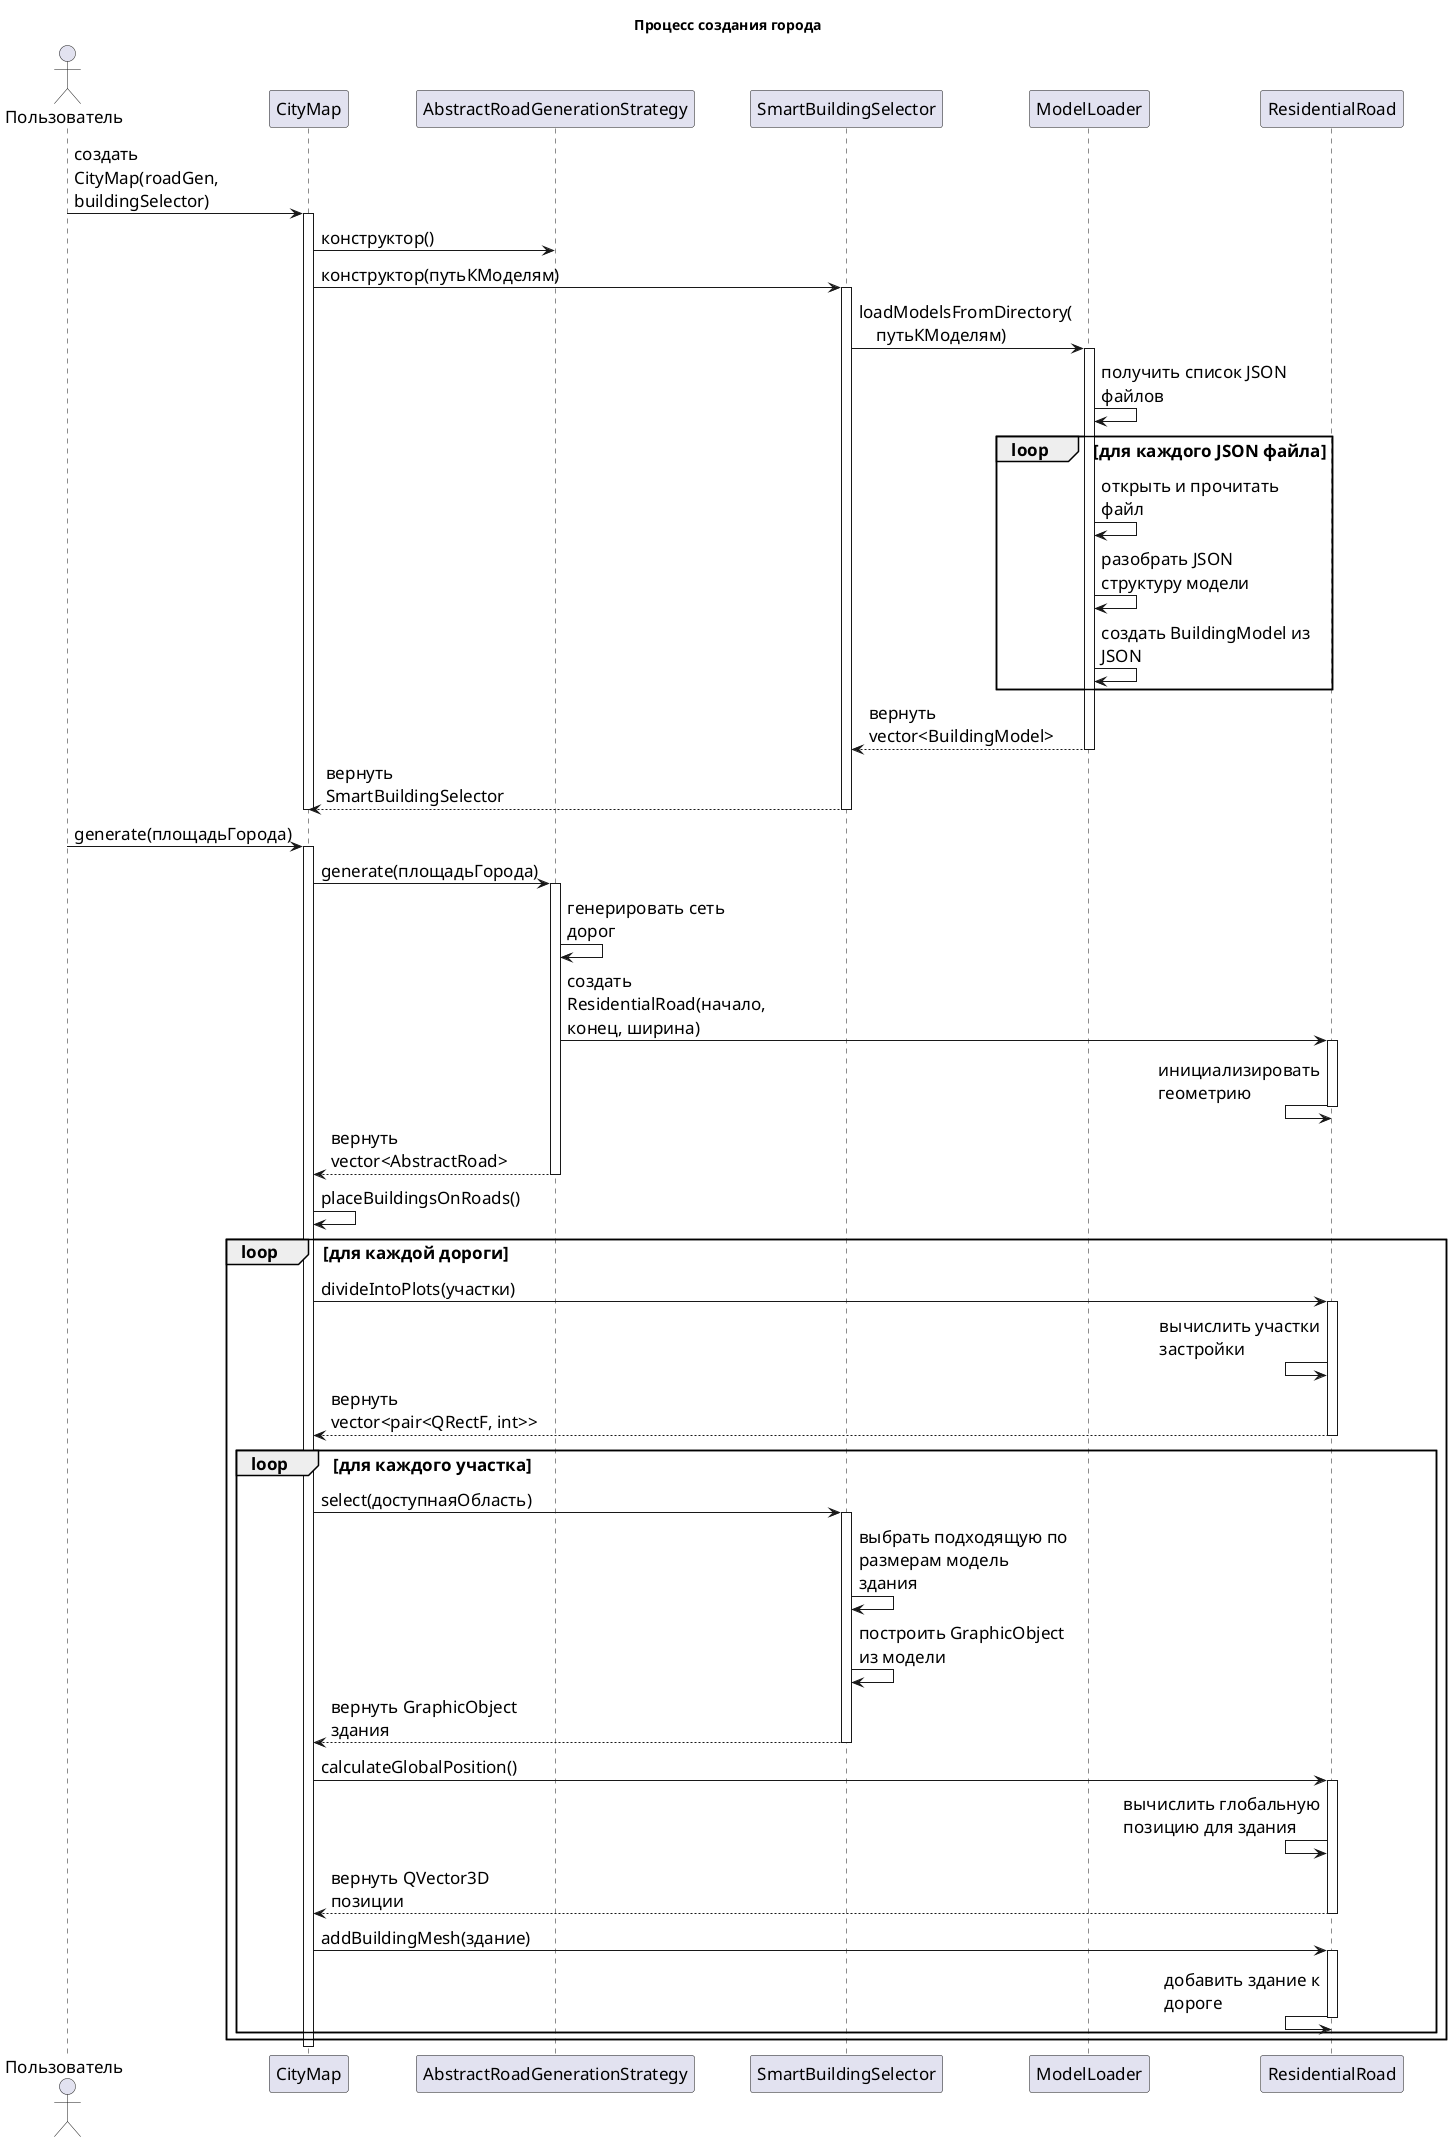
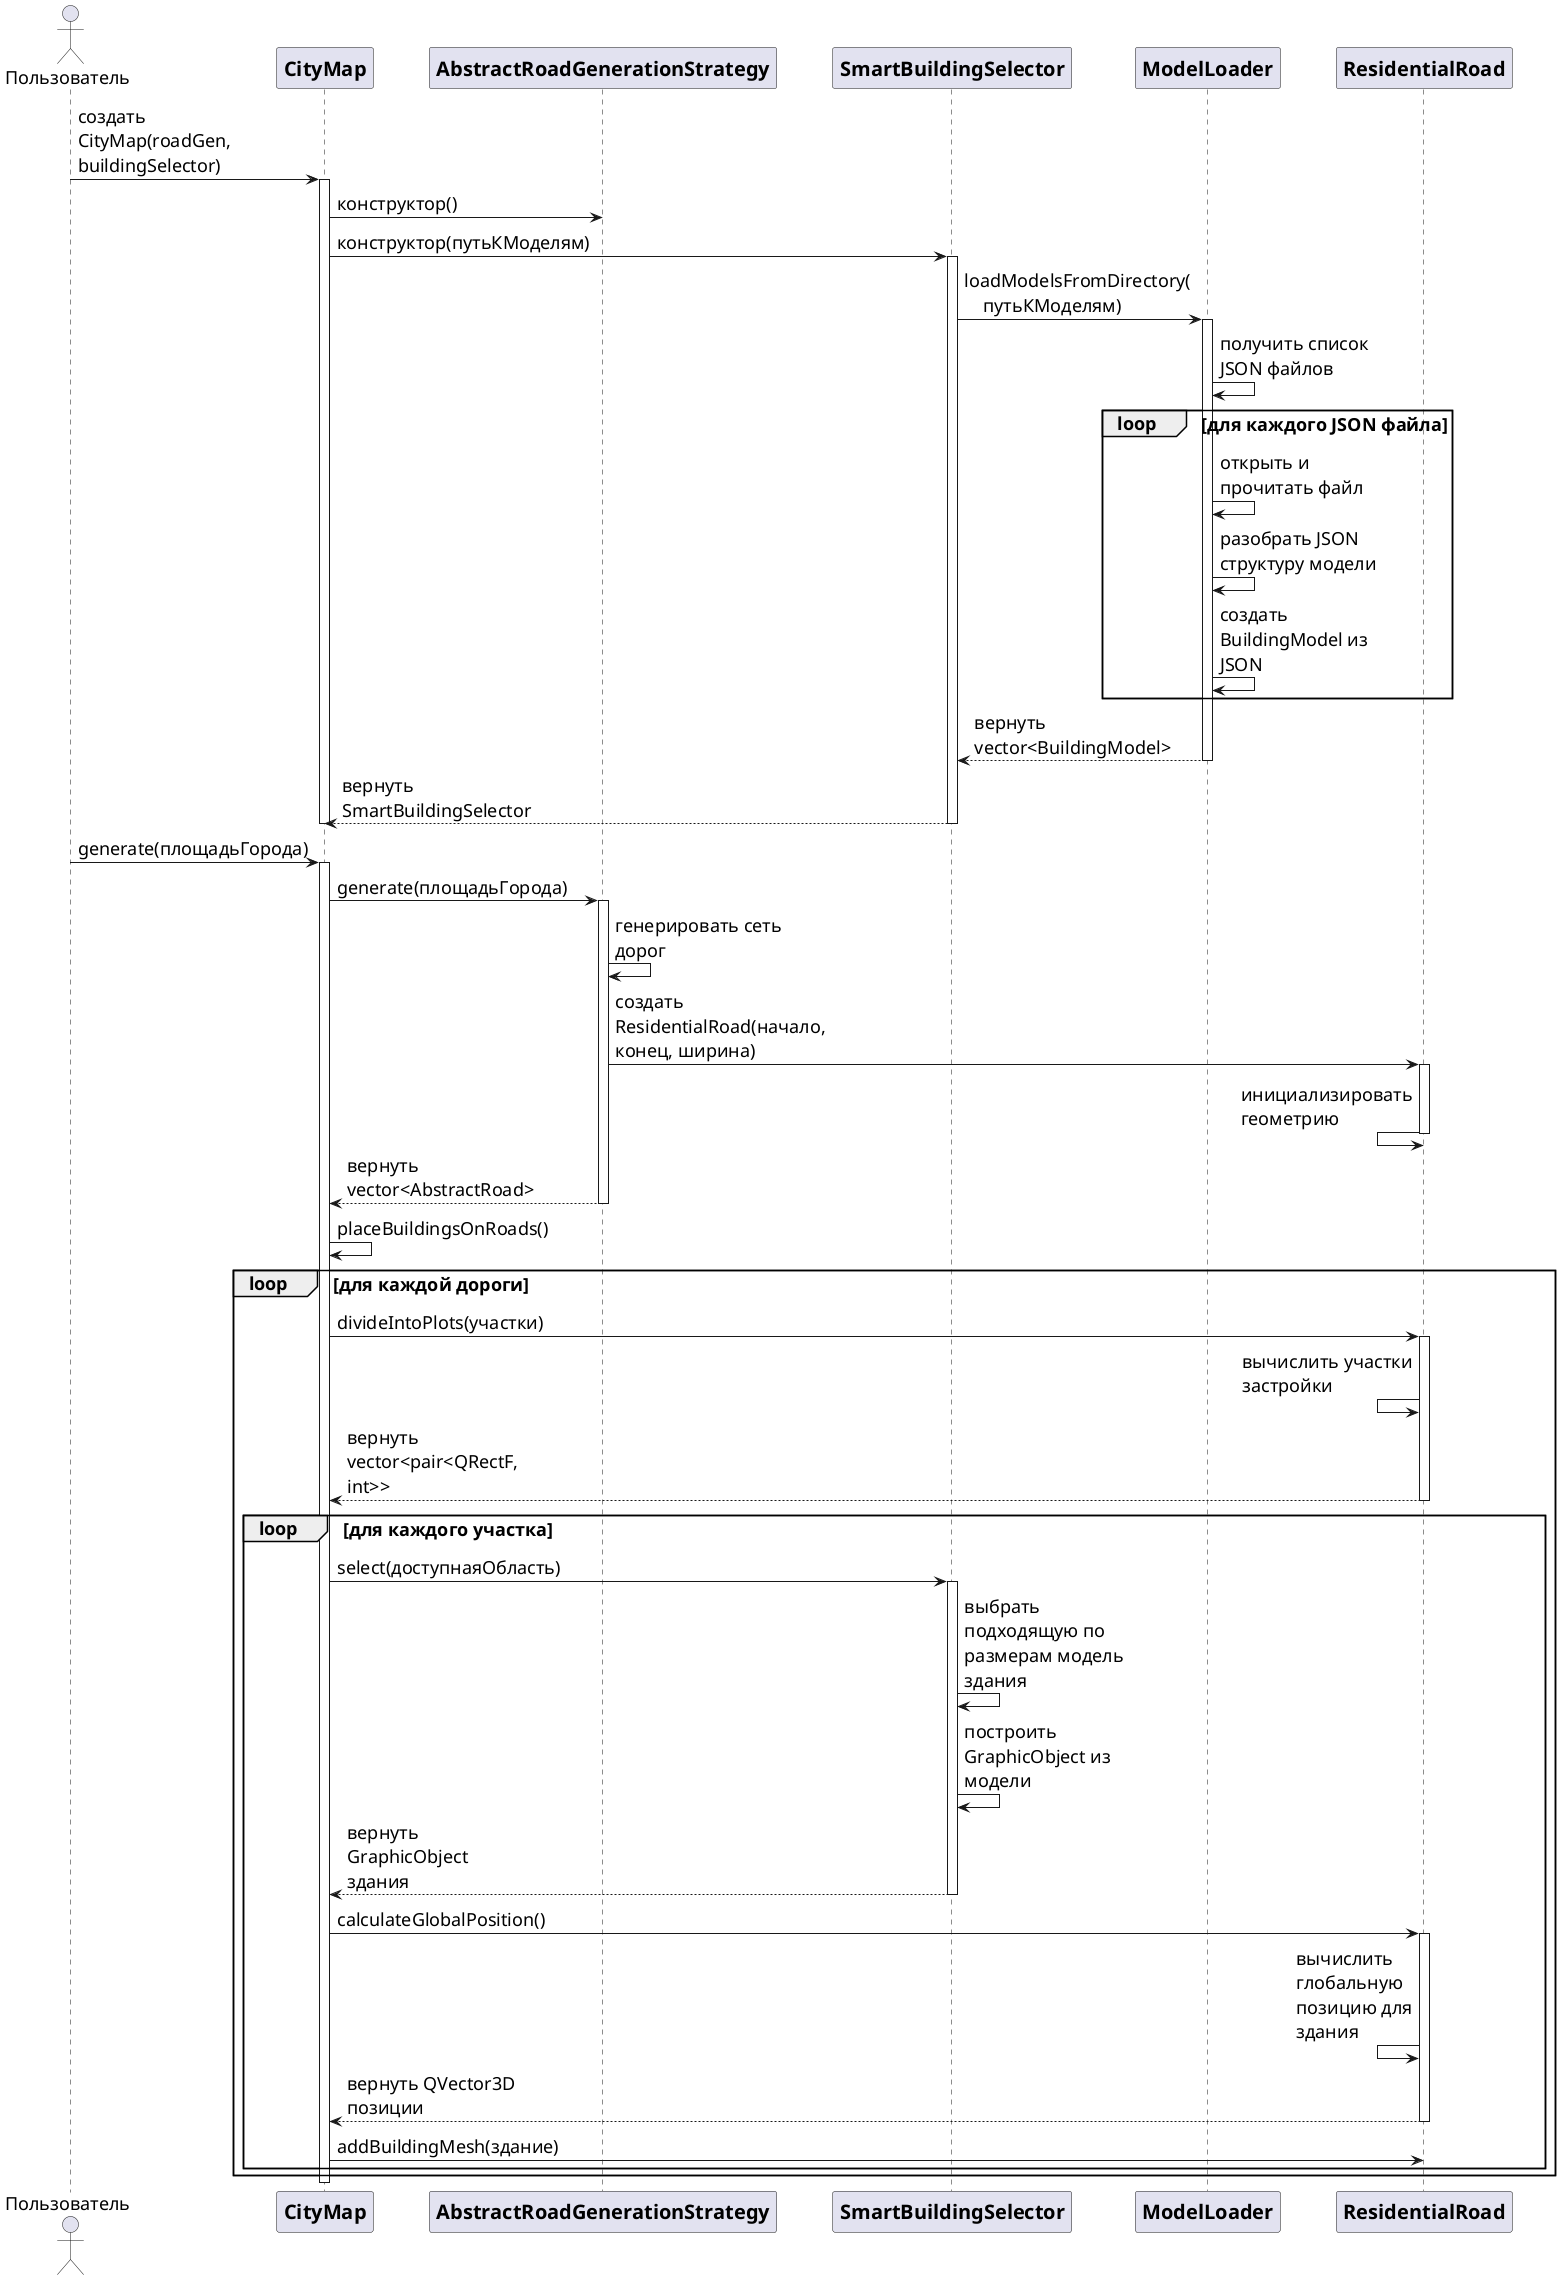
@startuml
- title Процесс создания города
skinparam ParticipantPadding 23
- skinparam maxMessageSize 210
- skinparam defaultFontSize 17
- 
+ skinparam maxMessageSize 180
+ skinparam defaultFontSize 18
+ skinparam participant {
+     FontName "Courier New"
+     FontSize 20
+     FontStyle bold
+ }
actor Пользователь
participant "CityMap" as CM
participant "AbstractRoadGenerationStrategy" as RG
participant "SmartBuildingSelector" as SBS
participant "ModelLoader" as ML
participant "ResidentialRoad" as RR

Пользователь -> CM: создать CityMap(roadGen, buildingSelector)
activate CM
CM -> RG: конструктор()
CM -> SBS: конструктор(путьКМоделям)
activate SBS
SBS -> ML: loadModelsFromDirectory(\n    путьКМоделям)
activate ML
ML -> ML: получить список JSON файлов
loop для каждого JSON файла
    ML -> ML: открыть и прочитать файл
    ML -> ML: разобрать JSON структуру модели
    ML -> ML: создать BuildingModel из JSON
end
ML --> SBS: вернуть vector<BuildingModel>
deactivate ML
SBS --> CM: вернуть SmartBuildingSelector
deactivate SBS
CM--

Пользователь -> CM: generate(площадьГорода)
activate CM
CM -> RG: generate(площадьГорода)
activate RG
RG -> RG: генерировать сеть дорог
RG -> RR: создать ResidentialRoad(начало, конец, ширина)
activate RR
RR <- RR: инициализировать геометрию
deactivate RR
RG --> CM: вернуть vector<AbstractRoad>
deactivate RG

CM -> CM: placeBuildingsOnRoads()
loop для каждой дороги
    CM -> RR: divideIntoPlots(участки)
    activate RR
    RR <- RR: вычислить участки застройки
    RR --> CM: вернуть vector<pair<QRectF, int>>
    deactivate RR
    loop для каждого участка
        CM -> SBS: select(доступнаяОбласть)
        activate SBS
        SBS -> SBS: выбрать подходящую по размерам модель здания
        SBS -> SBS: построить GraphicObject из модели
        SBS --> CM: вернуть GraphicObject здания
        deactivate SBS
        CM -> RR: calculateGlobalPosition()
        activate RR
        RR <- RR: вычислить глобальную позицию для здания
        RR --> CM: вернуть QVector3D позиции
        deactivate RR
        CM -> RR: addBuildingMesh(здание)
-         activate RR
-         RR <- RR: добавить здание к дороге
-         deactivate RR
    end
end
deactivate CM

@enduml